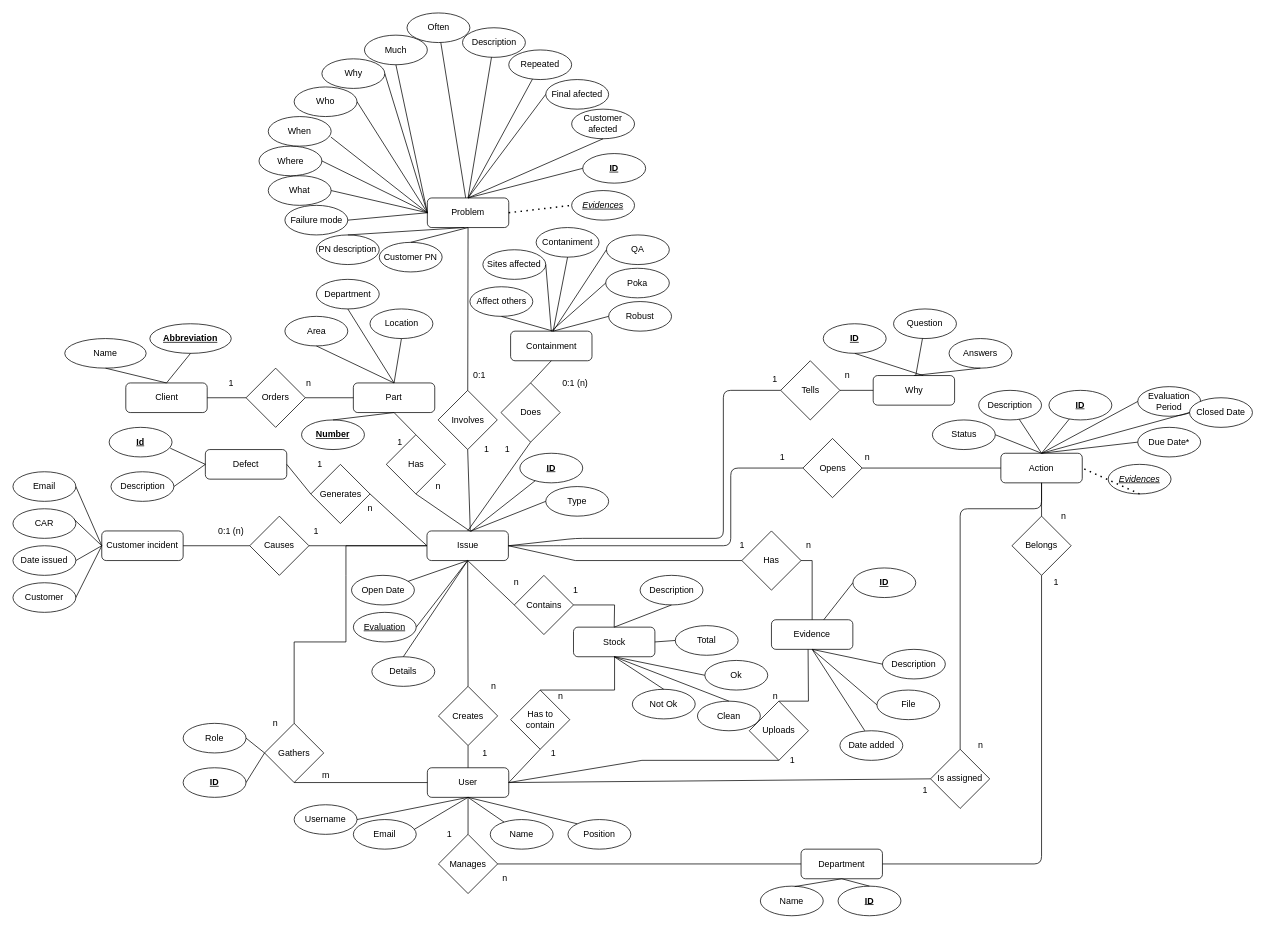
Earlier version of the draw.io diagram api/db/model/EntityRelationshipDiagram.drawio (FFahrenheit/ScrapActionListAPI). Source tidied: cells renumbered, new cells numbered last; positions are measured from the earlier drawing's top-left corner, leaving out a move shared by most shapes. Both pictures are drawn from the tidied source at 74%, with x=0, y=0 at pixel (13, 13).
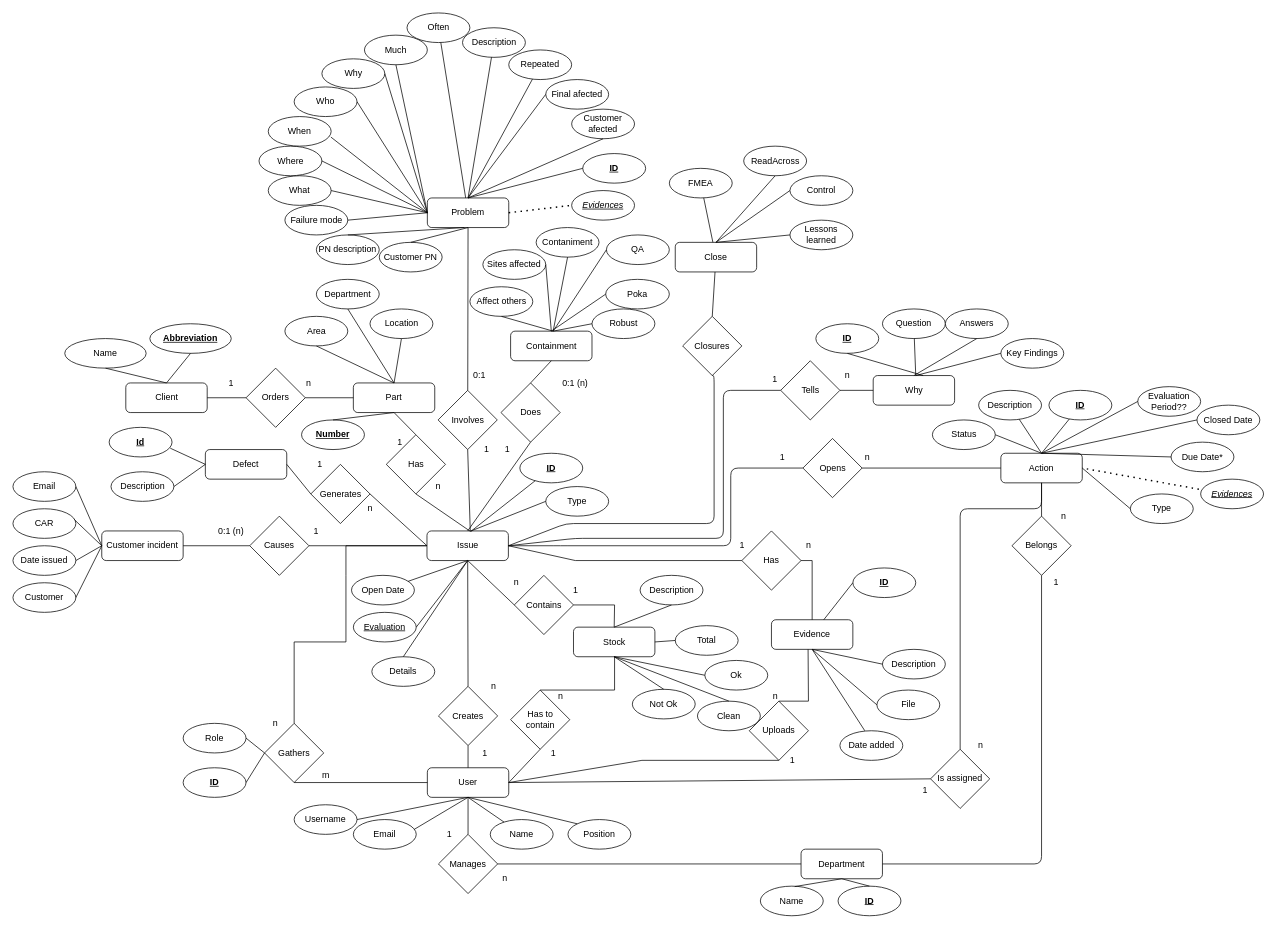
After the change.

Commit message (it also covers changes not shown here):
Modelo E-R avanzando

The change refers to these unchanged cells:
```xml
<mxCell id="22" value="Issue" style="rounded=1;whiteSpace=wrap;html=1;" parent="1" vertex="1">
  <mxGeometry x="559.5" y="700" width="110" height="40" as="geometry" />
</mxCell>
<mxCell id="52" value="Action" style="rounded=1;whiteSpace=wrap;html=1;" parent="1" vertex="1">
  <mxGeometry x="1335" y="595" width="110" height="40" as="geometry" />
</mxCell>
```

Diff of the diagram source:
```diff
@@
-    <mxCell id="73" value="Evaluation Period" style="ellipse;whiteSpace=wrap;html=1;" parent="1" vertex="1">
+    <mxCell id="73" value="Evaluation Period??" style="ellipse;whiteSpace=wrap;html=1;" parent="1" vertex="1">
       <mxGeometry x="1520" y="505" width="85" height="40" as="geometry" />
     </mxCell>
     <mxCell id="74" value="Due Date*" style="ellipse;whiteSpace=wrap;html=1;" parent="1" vertex="1">
-      <mxGeometry x="1520" y="560" width="85" height="40" as="geometry" />
+      <mxGeometry x="1565" y="580" width="85" height="40" as="geometry" />
     </mxCell>
@@
     <mxCell id="77" value="Closed Date" style="ellipse;whiteSpace=wrap;html=1;" parent="1" vertex="1">
-      <mxGeometry x="1590" y="520" width="85" height="40" as="geometry" />
+      <mxGeometry x="1600" y="530" width="85" height="40" as="geometry" />
     </mxCell>
@@
     <mxCell id="179" value="&lt;i&gt;&lt;u&gt;Evidences&lt;/u&gt;&lt;/i&gt;" style="ellipse;whiteSpace=wrap;html=1;" parent="1" vertex="1">
-      <mxGeometry x="1480" y="610" width="85" height="40" as="geometry" />
+      <mxGeometry x="1605" y="630" width="85" height="40" as="geometry" />
     </mxCell>
-    <mxCell id="180" style="endArrow=none;dashed=1;html=1;dashPattern=1 3;strokeWidth=2;rounded=0;entryX=1;entryY=0.5;entryDx=0;entryDy=0;exitX=0.5;exitY=1;exitDx=0;exitDy=0;" parent="1" edge="1" source="179" target="52">
+    <mxCell id="180" style="endArrow=none;dashed=1;html=1;dashPattern=1 3;strokeWidth=2;rounded=0;entryX=1;entryY=0.5;entryDx=0;entryDy=0;exitX=-0.028;exitY=0.34;exitDx=0;exitDy=0;exitPerimeter=0;" parent="1" edge="1" source="179" target="52">
       <mxGeometry relative="1" as="geometry" />
     </mxCell>
@@
     <mxCell id="191" value="Poka" style="ellipse;whiteSpace=wrap;html=1;" parent="1" vertex="1">
-      <mxGeometry x="801" y="345" width="86" height="40" as="geometry" />
+      <mxGeometry x="801" y="360" width="86" height="40" as="geometry" />
     </mxCell>
     <mxCell id="192" value="Robust" style="ellipse;whiteSpace=wrap;html=1;" parent="1" vertex="1">
-      <mxGeometry x="805" y="390" width="85" height="40" as="geometry" />
+      <mxGeometry x="782.5" y="400" width="85" height="40" as="geometry" />
     </mxCell>
@@
     <mxCell id="226" value="&lt;u&gt;&lt;b&gt;ID&lt;/b&gt;&lt;/u&gt;" style="ellipse;whiteSpace=wrap;html=1;" parent="1" vertex="1">
-      <mxGeometry x="1095" y="420" width="85" height="40" as="geometry" />
+      <mxGeometry x="1085" y="420" width="85" height="40" as="geometry" />
     </mxCell>
     <mxCell id="227" value="Question" style="ellipse;whiteSpace=wrap;html=1;" parent="1" vertex="1">
-      <mxGeometry x="1190" y="400" width="85" height="40" as="geometry" />
+      <mxGeometry x="1175" y="400" width="85" height="40" as="geometry" />
     </mxCell>
     <mxCell id="228" value="Answers" style="ellipse;whiteSpace=wrap;html=1;" parent="1" vertex="1">
-      <mxGeometry x="1265" y="440" width="85" height="40" as="geometry" />
+      <mxGeometry x="1260" y="400" width="85" height="40" as="geometry" />
     </mxCell>
@@
+    <mxCell id="232" value="Key Findings" style="ellipse;whiteSpace=wrap;html=1;" parent="1" vertex="1">
+      <mxGeometry x="1335" y="440" width="85" height="40" as="geometry" />
+    </mxCell>
+    <mxCell id="233" style="endArrow=none;html=1;rounded=0;entryX=0;entryY=0.5;entryDx=0;entryDy=0;" parent="1" edge="1" target="232">
+      <mxGeometry relative="1" as="geometry">
+        <mxPoint x="1220" y="490" as="sourcePoint" />
+      </mxGeometry>
+    </mxCell>
+    <mxCell id="234" value="Closures" style="rhombus;whiteSpace=wrap;html=1;" parent="1" vertex="1">
+      <mxGeometry x="905" y="410" width="80" height="80" as="geometry" />
+    </mxCell>
+    <mxCell id="235" style="endArrow=none;html=1;entryX=0.5;entryY=1;entryDx=0;entryDy=0;exitX=1;exitY=0.5;exitDx=0;exitDy=0;" parent="1" edge="1" source="22" target="234">
+      <mxGeometry relative="1" as="geometry">
+        <Array as="points">
+          <mxPoint x="747.5" y="690" />
+          <mxPoint x="947.5" y="690" />
+          <mxPoint x="947.5" y="490" />
+        </Array>
+      </mxGeometry>
+    </mxCell>
+    <mxCell id="236" value="Close" style="rounded=1;whiteSpace=wrap;html=1;" parent="1" vertex="1">
+      <mxGeometry x="895" y="310" width="110" height="40" as="geometry" />
+    </mxCell>
+    <mxCell id="237" style="endArrow=none;html=1;rounded=0;entryX=0.5;entryY=0;entryDx=0;entryDy=0;" parent="1" edge="1" source="236" target="234">
+      <mxGeometry relative="1" as="geometry" />
+    </mxCell>
+    <mxCell id="238" value="Type" style="ellipse;whiteSpace=wrap;html=1;" parent="1" vertex="1">
+      <mxGeometry x="1510" y="650" width="85" height="40" as="geometry" />
+    </mxCell>
+    <mxCell id="239" style="endArrow=none;html=1;rounded=0;entryX=1;entryY=0.5;entryDx=0;entryDy=0;exitX=0;exitY=0.5;exitDx=0;exitDy=0;" parent="1" edge="1" source="238" target="52">
+      <mxGeometry relative="1" as="geometry" />
+    </mxCell>
+    <mxCell id="240" value="FMEA" style="ellipse;whiteSpace=wrap;html=1;" parent="1" vertex="1">
+      <mxGeometry x="887" y="210" width="85" height="40" as="geometry" />
+    </mxCell>
+    <mxCell id="241" value="Control" style="ellipse;whiteSpace=wrap;html=1;" parent="1" vertex="1">
+      <mxGeometry x="1050" y="220" width="85" height="40" as="geometry" />
+    </mxCell>
+    <mxCell id="242" value="ReadAcross" style="ellipse;whiteSpace=wrap;html=1;" parent="1" vertex="1">
+      <mxGeometry x="987.5" y="180" width="85" height="40" as="geometry" />
+    </mxCell>
+    <mxCell id="243" value="Lessons learned" style="ellipse;whiteSpace=wrap;html=1;" parent="1" vertex="1">
+      <mxGeometry x="1050" y="280" width="85" height="40" as="geometry" />
+    </mxCell>
+    <mxCell id="244" style="endArrow=none;html=1;rounded=0;" parent="1" edge="1" source="236" target="240">
+      <mxGeometry relative="1" as="geometry" />
+    </mxCell>
+    <mxCell id="245" style="endArrow=none;html=1;rounded=0;entryX=0.5;entryY=1;entryDx=0;entryDy=0;" parent="1" edge="1" target="242">
+      <mxGeometry relative="1" as="geometry">
+        <mxPoint x="950" y="310" as="sourcePoint" />
+      </mxGeometry>
+    </mxCell>
+    <mxCell id="246" style="endArrow=none;html=1;rounded=0;entryX=0;entryY=0.5;entryDx=0;entryDy=0;" parent="1" edge="1" target="241">
+      <mxGeometry relative="1" as="geometry">
+        <mxPoint x="950" y="310" as="sourcePoint" />
+      </mxGeometry>
+    </mxCell>
+    <mxCell id="247" style="endArrow=none;html=1;rounded=0;entryX=0;entryY=0.5;entryDx=0;entryDy=0;exitX=0.5;exitY=0;exitDx=0;exitDy=0;" parent="1" edge="1" source="236" target="243">
+      <mxGeometry relative="1" as="geometry" />
+    </mxCell>
```
